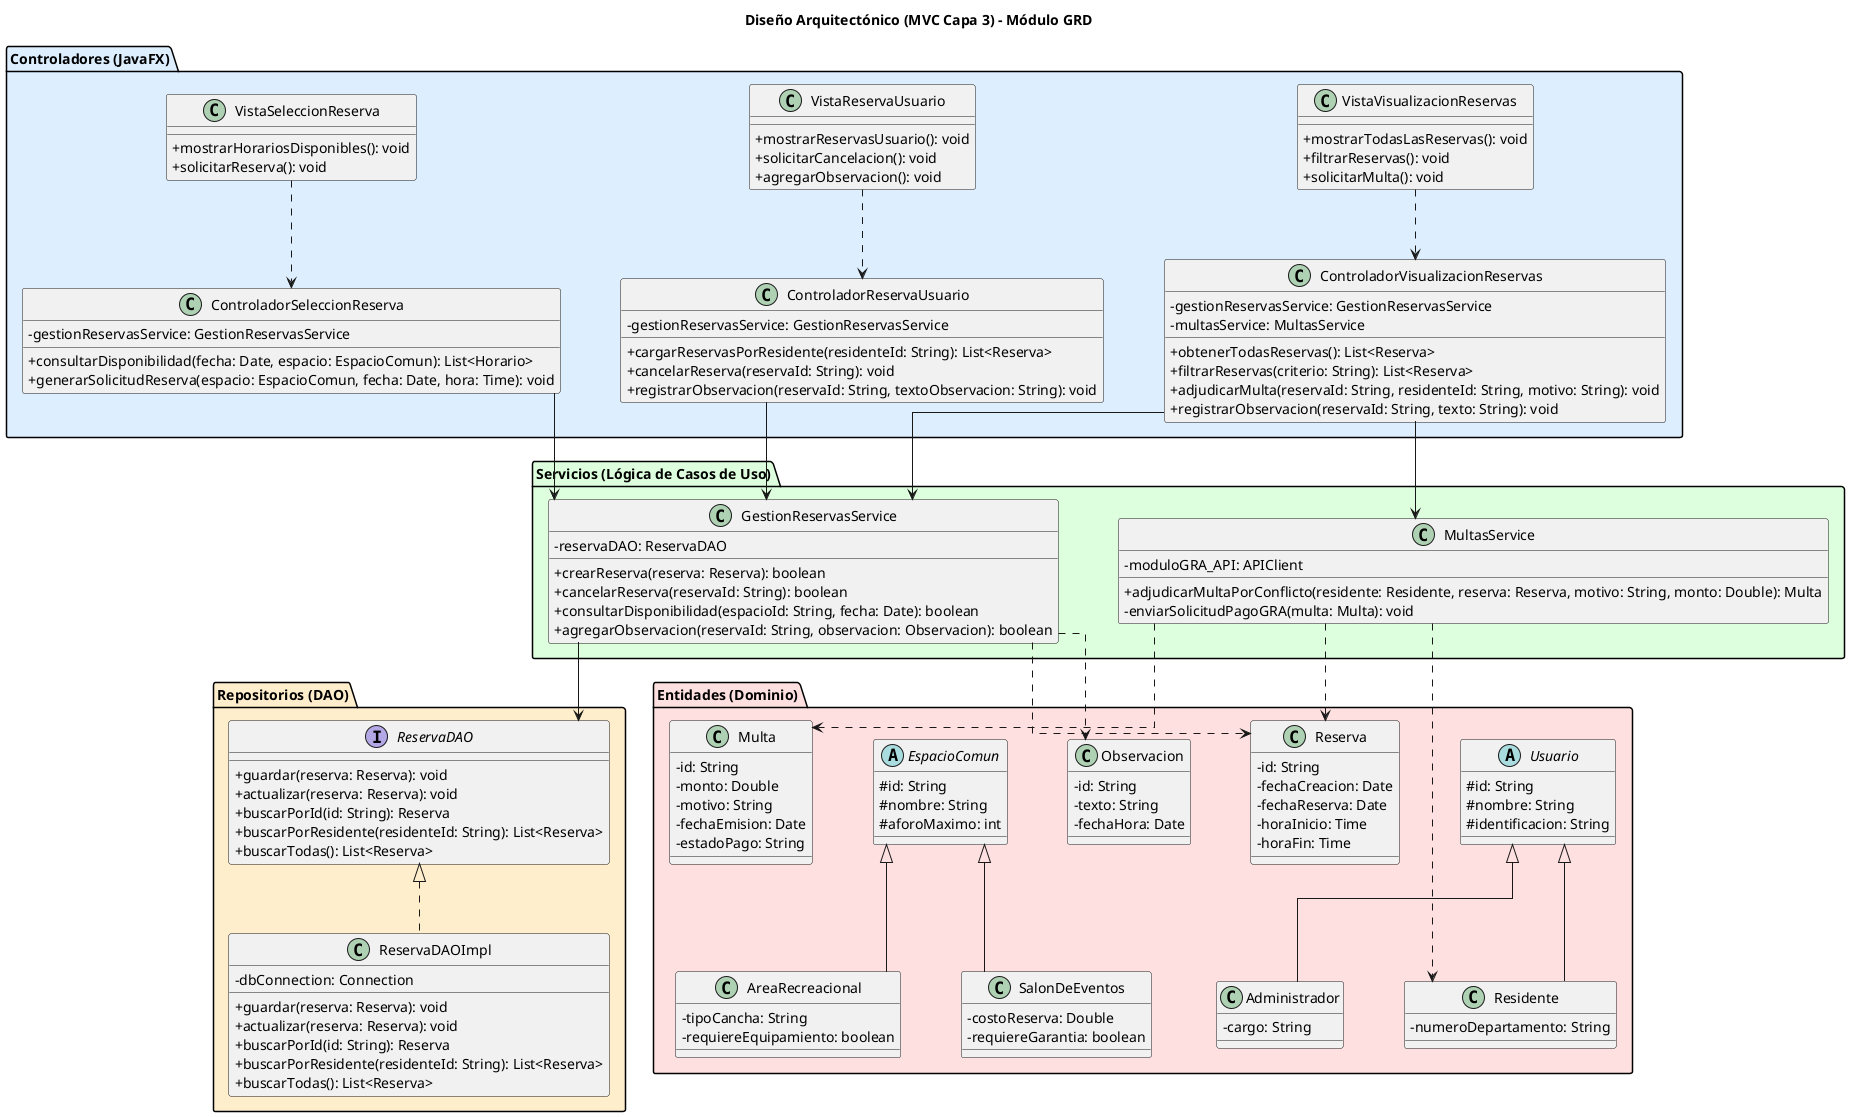
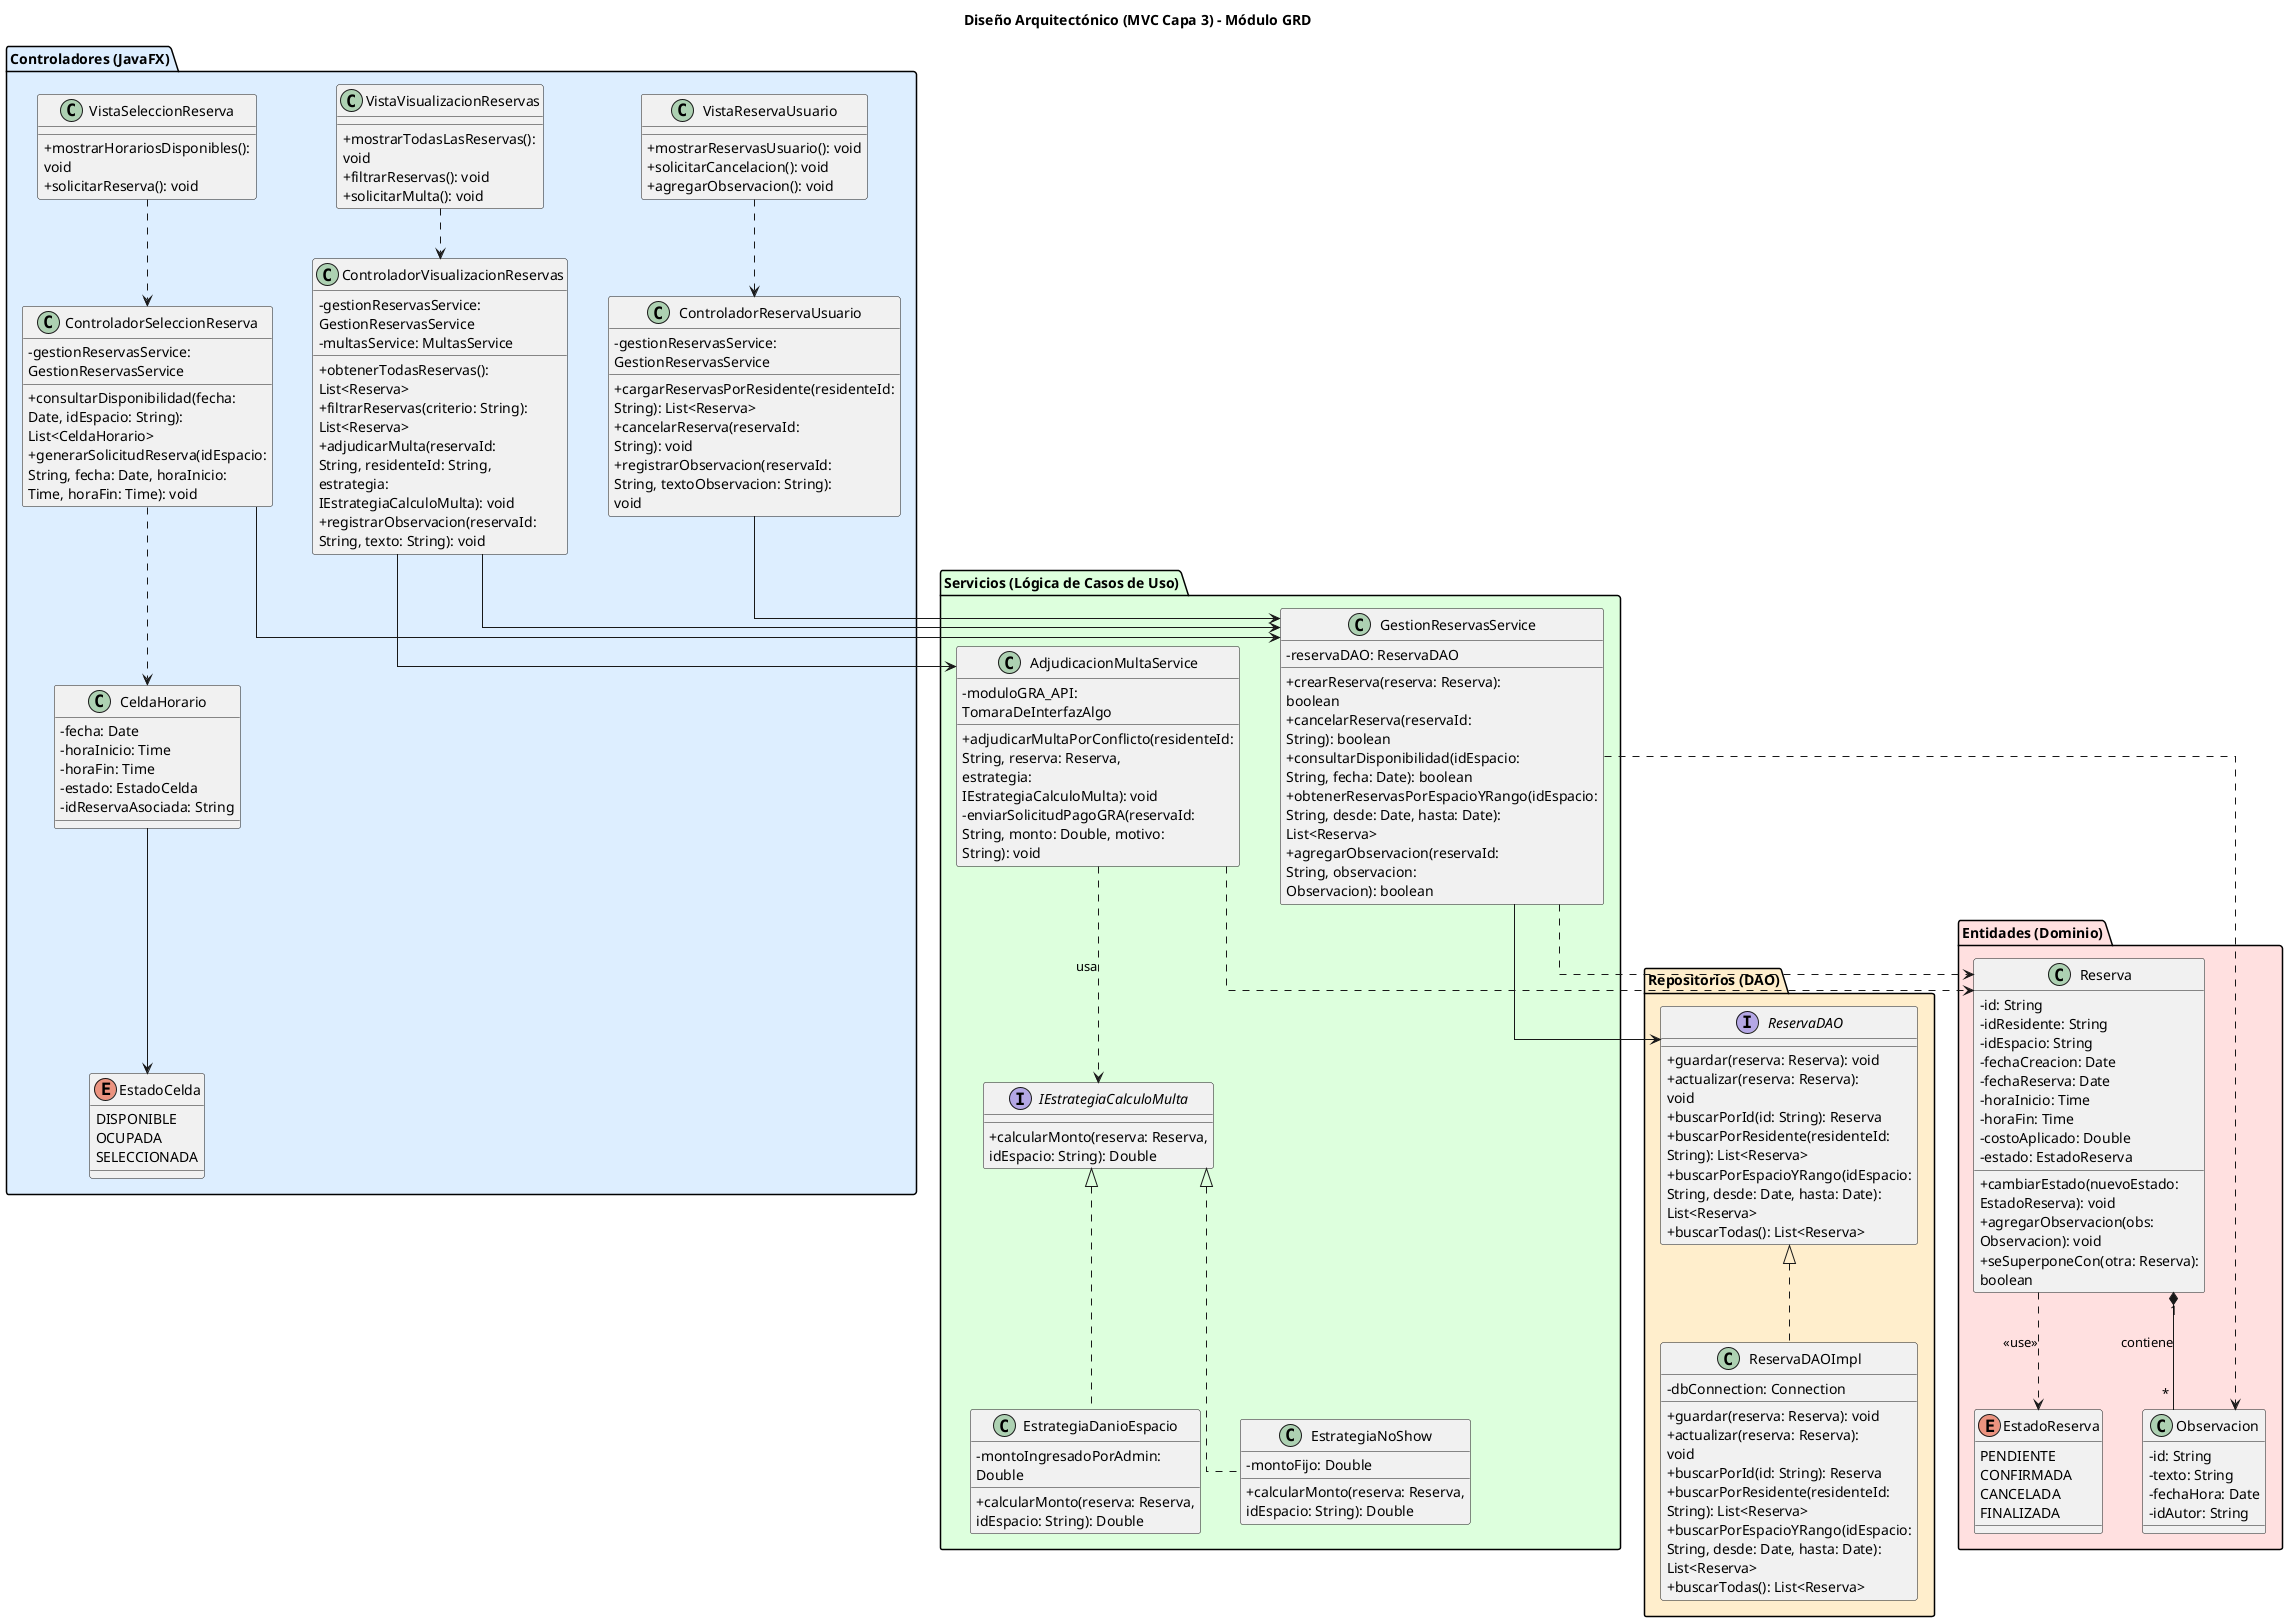
@startuml C4_Class_Diagram_GRD_Diseno
skinparam classAttributeIconSize 0
skinparam linetype ortho
- skinparam nodesep 60
- skinparam ranksep 70
+ skinparam nodesep 40
+ skinparam ranksep 50
+ skinparam wrapWidth 220
+ skinparam maxMessageSize 220

title Diseño Arquitectónico (MVC Capa 3) - Módulo GRD

' ── Controladores ──
package "Controladores (JavaFX)" #DDEEFF {
+ 
    class VistaSeleccionReserva {
        + mostrarHorariosDisponibles(): void
        + solicitarReserva(): void
    }

    class ControladorSeleccionReserva {
        - gestionReservasService: GestionReservasService
-         + consultarDisponibilidad(fecha: Date, espacio: EspacioComun): List<Horario>
-         + generarSolicitudReserva(espacio: EspacioComun, fecha: Date, hora: Time): void
+         + consultarDisponibilidad(fecha: Date, idEspacio: String): List<CeldaHorario>
+         + generarSolicitudReserva(idEspacio: String, fecha: Date, horaInicio: Time, horaFin: Time): void
    }

    class VistaReservaUsuario {
        + mostrarReservasUsuario(): void
        + solicitarCancelacion(): void
        + agregarObservacion(): void
    }

    class ControladorReservaUsuario {
        - gestionReservasService: GestionReservasService
        + cargarReservasPorResidente(residenteId: String): List<Reserva>
        + cancelarReserva(reservaId: String): void
        + registrarObservacion(reservaId: String, textoObservacion: String): void
    }

    class VistaVisualizacionReservas {
        + mostrarTodasLasReservas(): void
        + filtrarReservas(): void
        + solicitarMulta(): void
    }

    class ControladorVisualizacionReservas {
        - gestionReservasService: GestionReservasService
        - multasService: MultasService
        + obtenerTodasReservas(): List<Reserva>
        + filtrarReservas(criterio: String): List<Reserva>
-         + adjudicarMulta(reservaId: String, residenteId: String, motivo: String): void
+         + adjudicarMulta(reservaId: String, residenteId: String, estrategia: IEstrategiaCalculoMulta): void
        + registrarObservacion(reservaId: String, texto: String): void
+     }
+ 
+     class CeldaHorario {
+         - fecha: Date
+         - horaInicio: Time
+         - horaFin: Time
+         - estado: EstadoCelda
+         - idReservaAsociada: String
+     }
+ 
+     enum EstadoCelda {
+         DISPONIBLE
+         OCUPADA
+         SELECCIONADA
    }
}

' ── Servicios ──
package "Servicios (Lógica de Casos de Uso)" #DDFFDD {
+ 
    class GestionReservasService {
        - reservaDAO: ReservaDAO
        + crearReserva(reserva: Reserva): boolean
        + cancelarReserva(reservaId: String): boolean
-         + consultarDisponibilidad(espacioId: String, fecha: Date): boolean
+         + consultarDisponibilidad(idEspacio: String, fecha: Date): boolean
+         + obtenerReservasPorEspacioYRango(idEspacio: String, desde: Date, hasta: Date): List<Reserva>
        + agregarObservacion(reservaId: String, observacion: Observacion): boolean
    }

-     class MultasService {
-         - moduloGRA_API: APIClient
-         + adjudicarMultaPorConflicto(residente: Residente, reserva: Reserva, motivo: String, monto: Double): Multa
-         - enviarSolicitudPagoGRA(multa: Multa): void
+     class AdjudicacionMultaService {
+         - moduloGRA_API: TomaraDeInterfazAlgo
+         + adjudicarMultaPorConflicto(residenteId: String, reserva: Reserva, estrategia: IEstrategiaCalculoMulta): void
+         - enviarSolicitudPagoGRA(reservaId: String, monto: Double, motivo: String): void
    }
+ 
+     interface IEstrategiaCalculoMulta {
+         + calcularMonto(reserva: Reserva, idEspacio: String): Double
+     }
+ 
+ 
+     class EstrategiaNoShow {
+         - montoFijo: Double
+         + calcularMonto(reserva: Reserva, idEspacio: String): Double
+     }
+ 
+     class EstrategiaDanioEspacio {
+         - montoIngresadoPorAdmin: Double
+         + calcularMonto(reserva: Reserva, idEspacio: String): Double
+     }
+     IEstrategiaCalculoMulta <|.. EstrategiaNoShow
+     IEstrategiaCalculoMulta <|.. EstrategiaDanioEspacio
}

' ── Repositorios ──
package "Repositorios (DAO)" #FFEECC {
+ 
    interface ReservaDAO {
        + guardar(reserva: Reserva): void
        + actualizar(reserva: Reserva): void
        + buscarPorId(id: String): Reserva
        + buscarPorResidente(residenteId: String): List<Reserva>
+         + buscarPorEspacioYRango(idEspacio: String, desde: Date, hasta: Date): List<Reserva>
        + buscarTodas(): List<Reserva>
    }

    class ReservaDAOImpl {
        - dbConnection: Connection
        + guardar(reserva: Reserva): void
        + actualizar(reserva: Reserva): void
        + buscarPorId(id: String): Reserva
        + buscarPorResidente(residenteId: String): List<Reserva>
+         + buscarPorEspacioYRango(idEspacio: String, desde: Date, hasta: Date): List<Reserva>
        + buscarTodas(): List<Reserva>
    }
+ 
+     ReservaDAO <|.. ReservaDAOImpl
}

' ── Entidades ──
package "Entidades (Dominio)" #FFE0E0 {
-     abstract class Usuario {
-         # id: String
-         # nombre: String
-         # identificacion: String
-     }

-     class Residente {
-         - numeroDepartamento: String
-     }
- 
-     class Administrador {
-         - cargo: String
+     enum EstadoReserva {
+         PENDIENTE
+         CONFIRMADA
+         CANCELADA
+         FINALIZADA
    }

    class Reserva {
        - id: String
+         - idResidente: String
+         - idEspacio: String
        - fechaCreacion: Date
        - fechaReserva: Date
        - horaInicio: Time
        - horaFin: Time
+         - costoAplicado: Double
+         - estado: EstadoReserva
+         + cambiarEstado(nuevoEstado: EstadoReserva): void
+         + agregarObservacion(obs: Observacion): void
+         + seSuperponeCon(otra: Reserva): boolean
    }

    class Observacion {
        - id: String
        - texto: String
        - fechaHora: Date
+         - idAutor: String
    }

-     abstract class EspacioComun {
-         # id: String
-         # nombre: String
-         # aforoMaximo: int
-     }
- 
-     class SalonDeEventos {
-         - costoReserva: Double
-         - requiereGarantia: boolean
-     }
- 
-     class AreaRecreacional {
-         - tipoCancha: String
-         - requiereEquipamiento: boolean
-     }
- 
-     class Multa {
-         - id: String
-         - monto: Double
-         - motivo: String
-         - fechaEmision: Date
-         - estadoPago: String
-     }
+     Reserva "1" *-- "*" Observacion : "contiene"
+     Reserva .down.> EstadoReserva : "<<use>>"
}

' ── Relaciones Arquitectónicas ──
VistaSeleccionReserva ..> ControladorSeleccionReserva
VistaReservaUsuario ..> ControladorReservaUsuario
VistaVisualizacionReservas ..> ControladorVisualizacionReservas

ControladorSeleccionReserva --> GestionReservasService
+ ControladorSeleccionReserva ..> CeldaHorario
ControladorReservaUsuario --> GestionReservasService
ControladorVisualizacionReservas --> GestionReservasService
- ControladorVisualizacionReservas --> MultasService
+ ControladorVisualizacionReservas --> AdjudicacionMultaService
+ GestionReservasService --> ReservaDAO

- GestionReservasService --> ReservaDAO
- ReservaDAO <|.. ReservaDAOImpl
+ AdjudicacionMultaService ..> IEstrategiaCalculoMulta : "usa"

' ── Dependencias hacia el Dominio ──
GestionReservasService ..> Reserva
GestionReservasService ..> Observacion
- MultasService ..> Multa
- MultasService ..> Residente
- MultasService ..> Reserva
+ AdjudicacionMultaService ..> Reserva

- ' ── Herencias del Dominio (Estructura interna simplificada) ──
- Usuario <|-- Residente
- Usuario <|-- Administrador
- EspacioComun <|-- SalonDeEventos
- EspacioComun <|-- AreaRecreacional
+ CeldaHorario --> EstadoCelda

@enduml